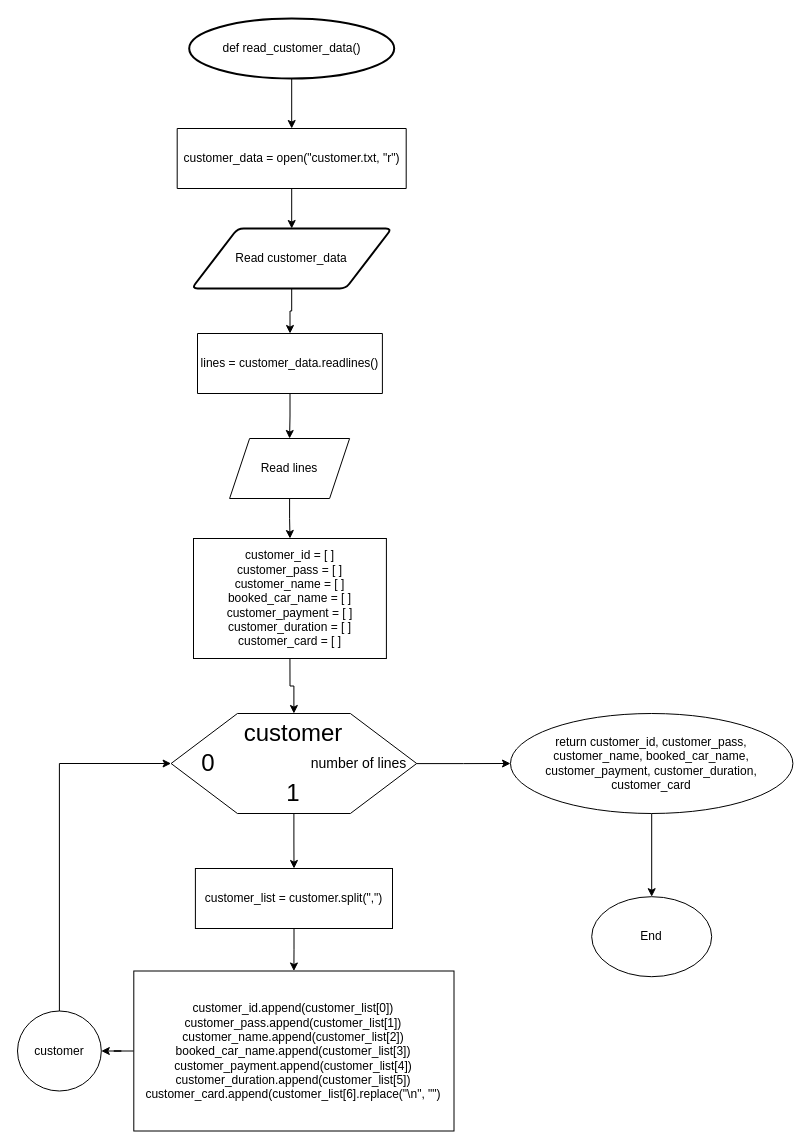
Earlier version of the draw.io diagram page "read_customer_data()" (4 of 27) of Flowchart.drawio (LeeRenJie/python-assignment). Source tidied: cells renumbered, new cells numbered last; positions are measured from the earlier drawing's top-left corner, leaving out a move shared by most shapes. Both pictures are drawn from the tidied source at 100%, with x=0, y=0 at pixel (17, 18).
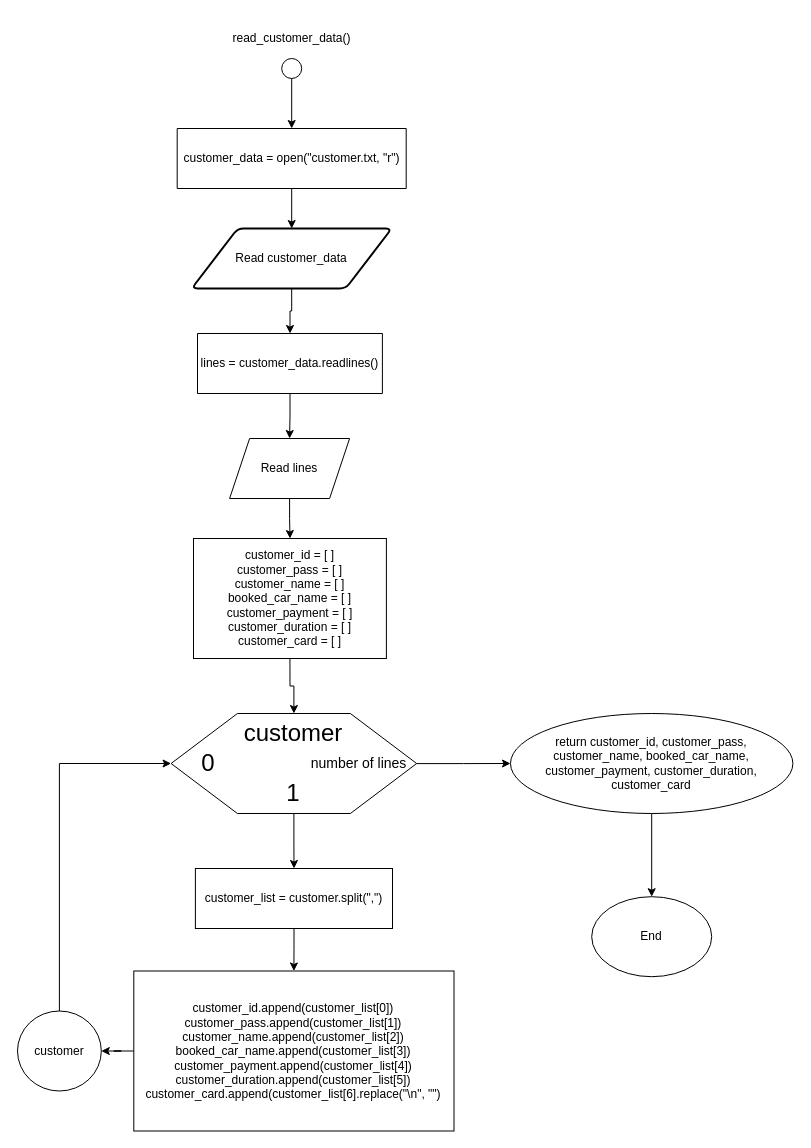
After the change.

Unchanged cells that the change refers to:
```xml
<mxCell id="9" value="&lt;span&gt;customer_data = open(&quot;customer.txt, &quot;r&quot;)&lt;/span&gt;" style="shape=parallelogram;perimeter=parallelogramPerimeter;whiteSpace=wrap;html=1;fixedSize=1;size=-280;" parent="1" vertex="1">
  <mxGeometry x="159.7" y="110" width="229" height="60" as="geometry" />
</mxCell>
```

The edit, as a diff of the source:
```diff
@@
-    <mxCell id="2" style="edgeStyle=orthogonalEdgeStyle;rounded=0;jettySize=auto;html=1;" parent="1" edge="1" source="3" target="9">
+    <mxCell id="2" style="edgeStyle=orthogonalEdgeStyle;rounded=0;jettySize=auto;html=1;exitX=0.5;exitY=1;exitDx=0;exitDy=0;" parent="1" edge="1" source="31" target="9">
       <mxGeometry relative="1" as="geometry" />
     </mxCell>
-    <mxCell id="3" value="def read_customer_data()" style="strokeWidth=2;html=1;shape=mxgraph.flowchart.start_1;whiteSpace=wrap;" parent="1" vertex="1">
-      <mxGeometry x="171.7" width="205" height="60" as="geometry" />
-    </mxCell>
@@
+    <mxCell id="31" style="ellipse;whiteSpace=wrap;html=1;" parent="1" vertex="1">
+      <mxGeometry x="264.2" y="40" width="20" height="20" as="geometry" />
+    </mxCell>
+    <mxCell id="32" value="read_customer_data()" style="text;html=1;align=center;verticalAlign=middle;" parent="1" vertex="1">
+      <mxGeometry x="209.2" y="10" width="130" height="20" as="geometry" />
+    </mxCell>
```
